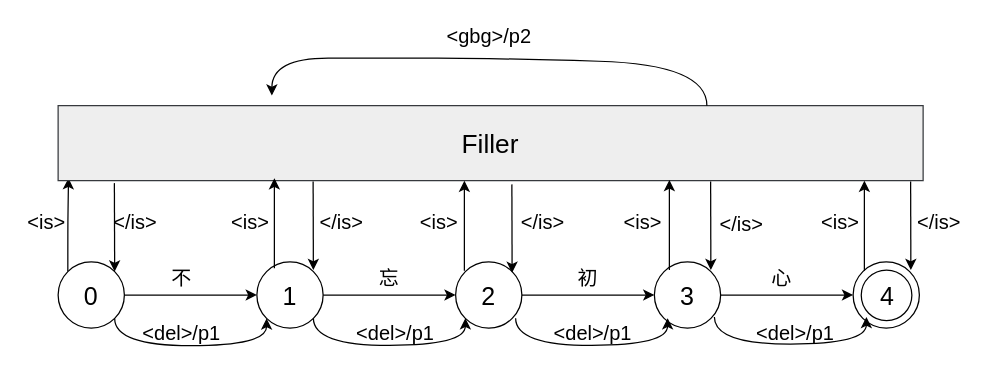
This is align.drawio from robin1001/draw.io, a draw.io file, before an edit. Source tidied: cells renumbered, new cells numbered last; positions are measured from the earlier drawing's top-left corner, leaving out a move shared by most shapes. Both pictures are drawn from the tidied source at 125%, with x=0, y=0 at pixel (21, 22).
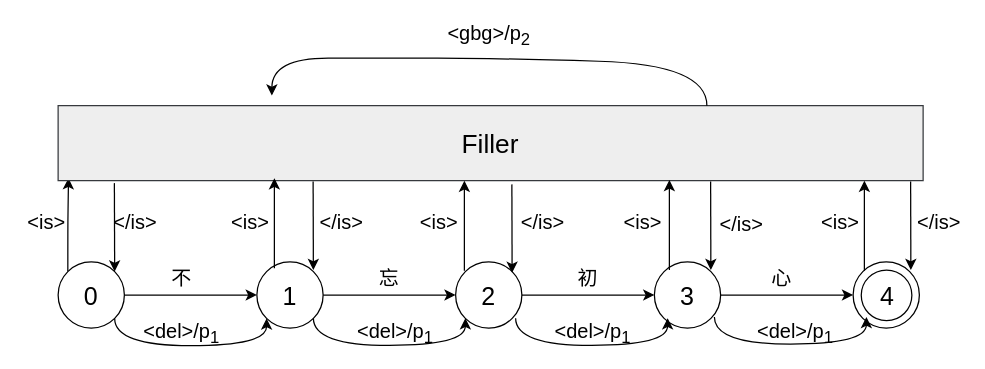
The same diagram, later.

Change to the diagram source:
```diff
@@
-    <mxCell id="20" value="&lt;font style=&quot;font-size: 16px&quot;&gt;&amp;lt;del&amp;gt;/p1&lt;/font&gt;" style="text;html=1;strokeColor=none;fillColor=none;align=center;verticalAlign=middle;whiteSpace=wrap;rounded=0;" parent="1" vertex="1">
+    <mxCell id="20" value="&lt;font style=&quot;font-size: 16px&quot;&gt;&amp;lt;del&amp;gt;/p&lt;sub&gt;1&lt;/sub&gt;&lt;/font&gt;" style="text;html=1;strokeColor=none;fillColor=none;align=center;verticalAlign=middle;whiteSpace=wrap;rounded=0;" parent="1" vertex="1">
       <mxGeometry x="108" y="238" width="40" height="20" as="geometry" />
     </mxCell>
-    <mxCell id="21" value="&lt;font style=&quot;font-size: 16px&quot;&gt;&amp;lt;del&amp;gt;/p1&lt;/font&gt;" style="text;html=1;strokeColor=none;fillColor=none;align=center;verticalAlign=middle;whiteSpace=wrap;rounded=0;" parent="1" vertex="1">
+    <mxCell id="21" value="&lt;font style=&quot;font-size: 16px&quot;&gt;&amp;lt;del&amp;gt;/p&lt;sub&gt;1&lt;/sub&gt;&lt;/font&gt;" style="text;html=1;strokeColor=none;fillColor=none;align=center;verticalAlign=middle;whiteSpace=wrap;rounded=0;" parent="1" vertex="1">
       <mxGeometry x="279" y="238" width="40" height="20" as="geometry" />
     </mxCell>
-    <mxCell id="22" value="&lt;font style=&quot;font-size: 16px&quot;&gt;&amp;lt;del&amp;gt;/p1&lt;/font&gt;" style="text;html=1;strokeColor=none;fillColor=none;align=center;verticalAlign=middle;whiteSpace=wrap;rounded=0;" parent="1" vertex="1">
+    <mxCell id="22" value="&lt;font style=&quot;font-size: 16px&quot;&gt;&amp;lt;del&amp;gt;/p&lt;sub&gt;1&lt;/sub&gt;&lt;/font&gt;" style="text;html=1;strokeColor=none;fillColor=none;align=center;verticalAlign=middle;whiteSpace=wrap;rounded=0;" parent="1" vertex="1">
       <mxGeometry x="437" y="238" width="40" height="20" as="geometry" />
     </mxCell>
-    <mxCell id="23" value="&lt;font style=&quot;font-size: 16px&quot;&gt;&amp;lt;del&amp;gt;/p1&lt;/font&gt;" style="text;html=1;strokeColor=none;fillColor=none;align=center;verticalAlign=middle;whiteSpace=wrap;rounded=0;" parent="1" vertex="1">
+    <mxCell id="23" value="&lt;font style=&quot;font-size: 16px&quot;&gt;&amp;lt;del&amp;gt;/p&lt;sub&gt;1&lt;/sub&gt;&lt;/font&gt;" style="text;html=1;strokeColor=none;fillColor=none;align=center;verticalAlign=middle;whiteSpace=wrap;rounded=0;" parent="1" vertex="1">
       <mxGeometry x="599" y="238" width="40" height="20" as="geometry" />
     </mxCell>
@@
-    <mxCell id="46" value="&amp;lt;gbg&amp;gt;/p2" style="text;html=1;strokeColor=none;fillColor=none;align=center;verticalAlign=middle;whiteSpace=wrap;rounded=0;fontSize=16;" parent="1" vertex="1">
+    <mxCell id="46" value="&amp;lt;gbg&amp;gt;/p&lt;sub&gt;2&lt;/sub&gt;" style="text;html=1;strokeColor=none;fillColor=none;align=center;verticalAlign=middle;whiteSpace=wrap;rounded=0;fontSize=16;" parent="1" vertex="1">
       <mxGeometry x="353.5" width="40" height="20" as="geometry" />
     </mxCell>
```
